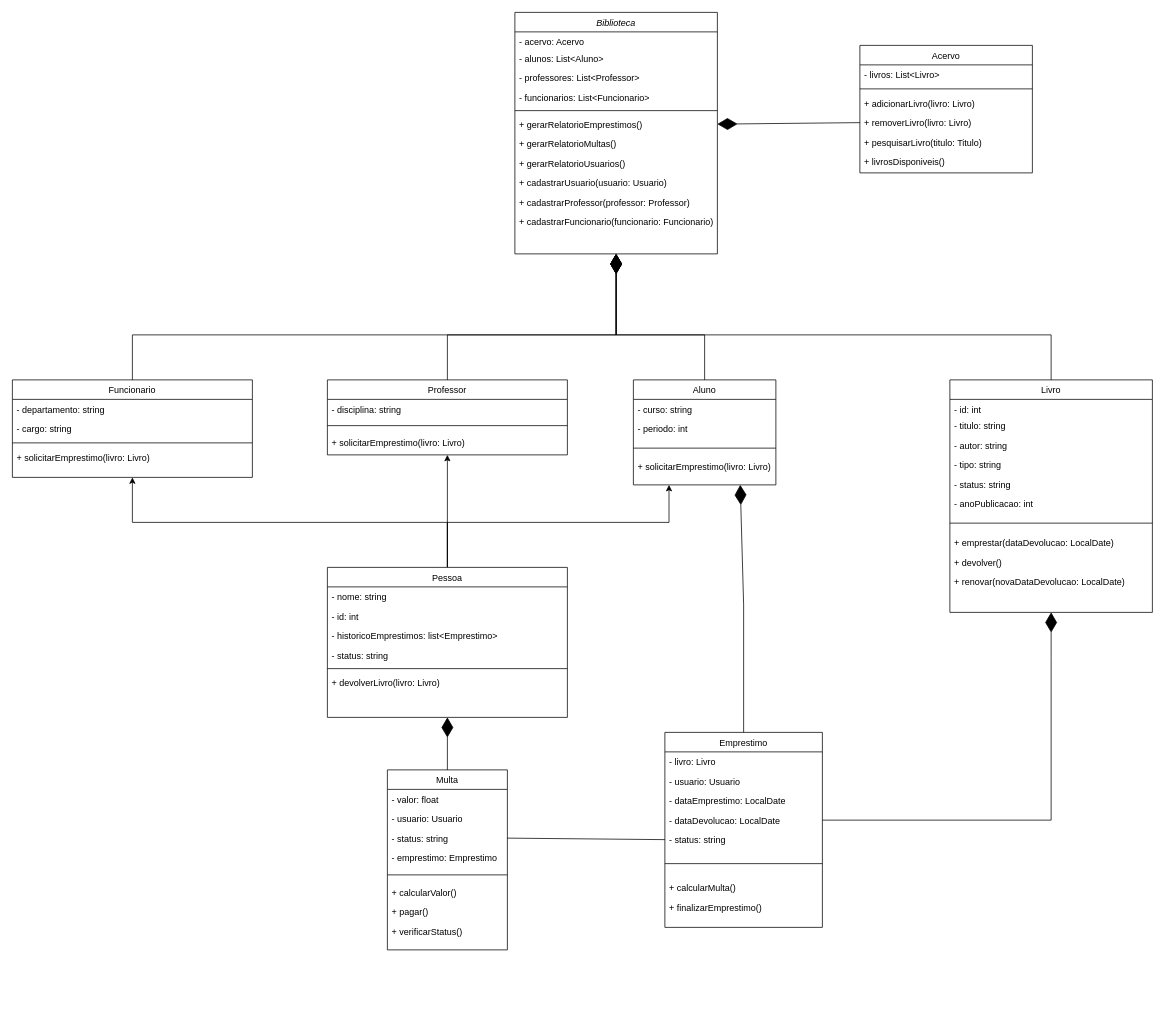
Earlier version of the draw.io diagram Diagrama sem nome.drawio (KauanHK/biblioteca). Source tidied: cells renumbered, new cells numbered last; positions are measured from the earlier drawing's top-left corner, leaving out a move shared by most shapes. Both pictures are drawn from the tidied source at 75%, with x=0, y=0 at pixel (12, 12).
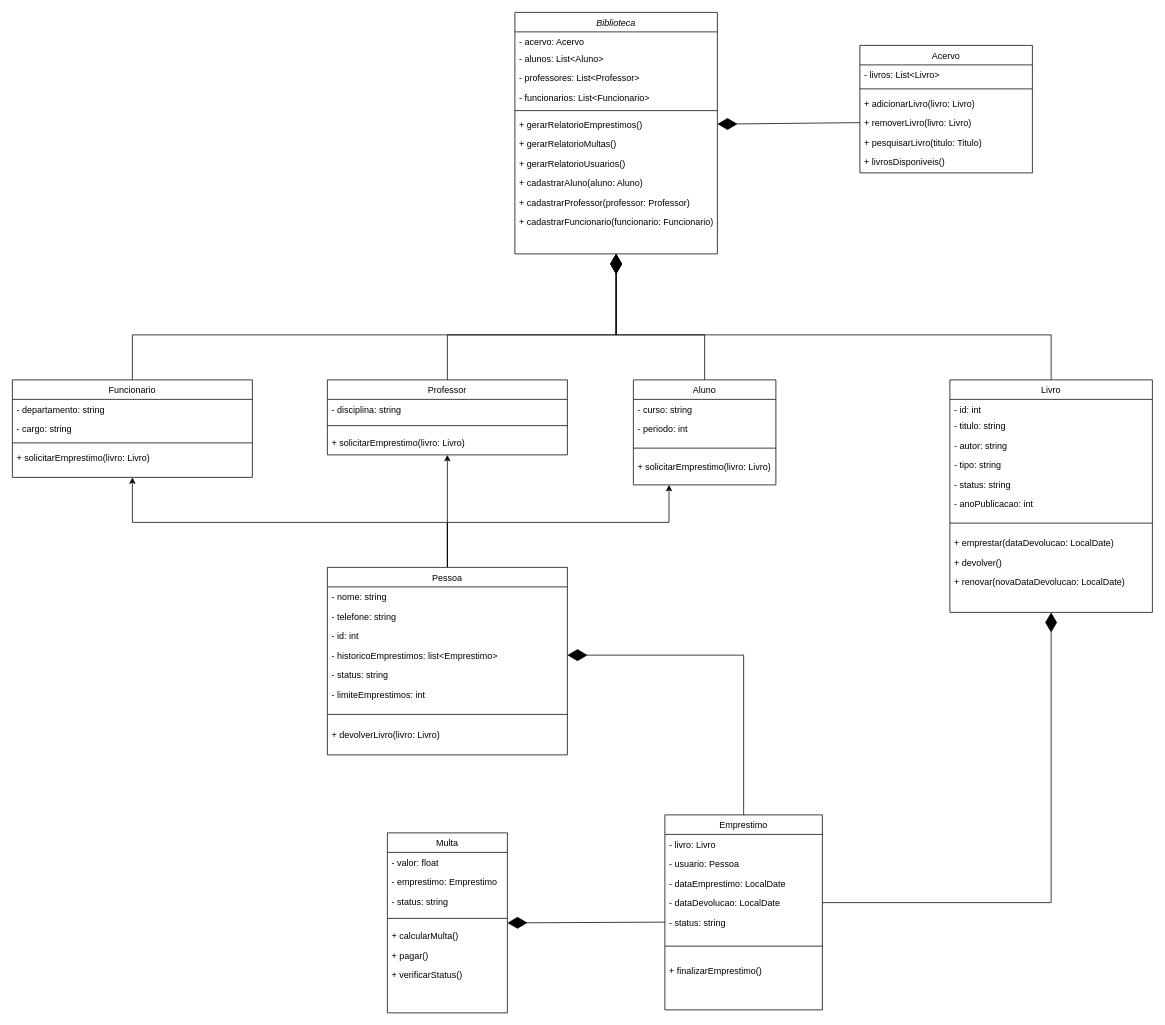
After the change.

The change refers to these unchanged cells:
```xml
<mxCell id="2" value="Aluno" style="swimlane;fontStyle=0;align=center;verticalAlign=top;horizontal=1;startSize=26;rounded=0;shadow=0;strokeWidth=1;" parent="1" vertex="1">
  <mxGeometry x="828" y="490" width="190" height="140" as="geometry" />
</mxCell>
<mxCell id="7" value="Livro" style="swimlane;fontStyle=0;align=center;verticalAlign=top;horizontal=1;startSize=26;rounded=0;shadow=0;strokeWidth=1;" parent="1" vertex="1">
  <mxGeometry x="1250" y="490" width="270" height="310" as="geometry" />
</mxCell>
<mxCell id="22" value="- dataDevolucao: LocalDate" style="text;align=left;verticalAlign=top;spacingLeft=4;spacingRight=4;overflow=hidden;points=[[0,0.5],[1,0.5]];portConstraint=eastwest;" parent="18" vertex="1">
  <mxGeometry y="104" width="210" height="26" as="geometry" />
</mxCell>
<mxCell id="23" value="- status: string" style="text;align=left;verticalAlign=top;spacingLeft=4;spacingRight=4;overflow=hidden;points=[[0,0.5],[1,0.5]];portConstraint=eastwest;" parent="18" vertex="1">
  <mxGeometry y="130" width="210" height="26" as="geometry" />
</mxCell>
<mxCell id="30" value="- status: string" style="text;align=left;verticalAlign=top;spacingLeft=4;spacingRight=4;overflow=hidden;points=[[0,0.5],[1,0.5]];portConstraint=eastwest;" parent="27" vertex="1">
  <mxGeometry y="78" width="160" height="26" as="geometry" />
</mxCell>
<mxCell id="39" value="Biblioteca" style="swimlane;fontStyle=2;align=center;verticalAlign=top;horizontal=1;startSize=26;rounded=0;shadow=0;strokeWidth=1;" parent="1" vertex="1">
  <mxGeometry x="670" width="270" height="322" as="geometry" />
</mxCell>
```

What changed in the source:
```diff
@@
     <mxCell id="18" value="Emprestimo" style="swimlane;fontStyle=0;align=center;verticalAlign=top;horizontal=1;startSize=26;rounded=0;shadow=0;strokeWidth=1;" parent="1" vertex="1">
-      <mxGeometry x="870" y="960" width="210" height="260" as="geometry" />
+      <mxGeometry x="870" y="1070" width="210" height="260" as="geometry" />
     </mxCell>
@@
-    <mxCell id="20" value="- usuario: Usuario" style="text;align=left;verticalAlign=top;spacingLeft=4;spacingRight=4;overflow=hidden;" parent="18" vertex="1">
+    <mxCell id="20" value="- usuario: Pessoa" style="text;align=left;verticalAlign=top;spacingLeft=4;spacingRight=4;overflow=hidden;" parent="18" vertex="1">
       <mxGeometry y="52" width="210" height="26" as="geometry" />
     </mxCell>
@@
-    <mxCell id="25" value="+ calcularMulta()" style="text;align=left;verticalAlign=top;spacingLeft=4;spacingRight=4;overflow=hidden;" parent="18" vertex="1">
-      <mxGeometry y="194" width="210" height="26" as="geometry" />
-    </mxCell>
     <mxCell id="26" value="+ finalizarEmprestimo()" style="text;align=left;verticalAlign=top;spacingLeft=4;spacingRight=4;overflow=hidden;" parent="18" vertex="1">
-      <mxGeometry y="220" width="210" height="26" as="geometry" />
+      <mxGeometry y="194" width="210" height="26" as="geometry" />
     </mxCell>
     <mxCell id="27" value="Multa" style="swimlane;fontStyle=0;align=center;verticalAlign=top;horizontal=1;startSize=26;rounded=0;shadow=0;strokeWidth=1;" parent="1" vertex="1">
-      <mxGeometry x="500" y="1010" width="160" height="240" as="geometry" />
+      <mxGeometry x="500" y="1094" width="160" height="240" as="geometry" />
     </mxCell>
@@
-    <mxCell id="29" value="- usuario: Usuario" style="text;align=left;verticalAlign=top;spacingLeft=4;spacingRight=4;overflow=hidden;" parent="27" vertex="1">
-      <mxGeometry y="52" width="160" height="26" as="geometry" />
-    </mxCell>
+    <mxCell id="31" value="- emprestimo: Emprestimo" style="text;align=left;verticalAlign=top;spacingLeft=4;spacingRight=4;overflow=hidden;" parent="27" vertex="1">
+      <mxGeometry y="52" width="160" height="26" as="geometry" />
+    </mxCell>
@@
-    <mxCell id="31" value="- emprestimo: Emprestimo" style="text;align=left;verticalAlign=top;spacingLeft=4;spacingRight=4;overflow=hidden;" parent="27" vertex="1">
-      <mxGeometry y="104" width="160" height="26" as="geometry" />
-    </mxCell>
     <mxCell id="32" style="line;html=1;strokeWidth=1;align=left;verticalAlign=middle;spacingTop=-1;spacingLeft=3;spacingRight=3;labelPosition=right;" parent="27" vertex="1">
-      <mxGeometry y="130" width="160" height="20" as="geometry" />
+      <mxGeometry y="104" width="160" height="20" as="geometry" />
     </mxCell>
-    <mxCell id="33" value="+ calcularValor()" style="text;align=left;verticalAlign=top;spacingLeft=4;spacingRight=4;overflow=hidden;" parent="27" vertex="1">
-      <mxGeometry y="150" width="160" height="26" as="geometry" />
-    </mxCell>
+    <mxCell id="25" value="+ calcularMulta()" style="text;align=left;verticalAlign=top;spacingLeft=4;spacingRight=4;overflow=hidden;" parent="27" vertex="1">
+      <mxGeometry y="124" width="160" height="26" as="geometry" />
+    </mxCell>
     <mxCell id="34" value="+ pagar()" style="text;align=left;verticalAlign=top;spacingLeft=4;spacingRight=4;overflow=hidden;" parent="27" vertex="1">
-      <mxGeometry y="176" width="160" height="26" as="geometry" />
+      <mxGeometry y="150" width="160" height="26" as="geometry" />
     </mxCell>
     <mxCell id="35" value="+ verificarStatus()" style="text;align=left;verticalAlign=top;spacingLeft=4;spacingRight=4;overflow=hidden;" parent="27" vertex="1">
-      <mxGeometry y="202" width="160" height="26" as="geometry" />
+      <mxGeometry y="176" width="160" height="26" as="geometry" />
     </mxCell>
-    <mxCell id="36" style="endArrow=diamondThin;endFill=1;endSize=24;html=1;rounded=0;exitX=0.5;exitY=0;exitDx=0;exitDy=0;entryX=0.5;entryY=1;entryDx=0;entryDy=0;" parent="1" edge="1" source="27" target="65">
-      <mxGeometry relative="1" as="geometry" />
-    </mxCell>
     <mxCell id="37" style="endArrow=diamondThin;endFill=1;endSize=24;html=1;rounded=0;entryX=0.5;entryY=1;entryDx=0;entryDy=0;exitX=1;exitY=0.5;exitDx=0;exitDy=0;" parent="1" edge="1" source="22" target="7">
       <mxGeometry relative="1" as="geometry">
         <Array as="points">
-          <mxPoint x="1385" y="1077" />
+          <mxPoint x="1385" y="1187" />
           <mxPoint x="1385" y="860" />
         </Array>
       </mxGeometry>
     </mxCell>
-    <mxCell id="38" style="endArrow=none;html=1;rounded=0;exitX=1;exitY=0.5;exitDx=0;exitDy=0;entryX=0;entryY=0.5;entryDx=0;entryDy=0;" parent="1" edge="1" source="30" target="23">
-      <mxGeometry relative="1" as="geometry" />
-    </mxCell>
@@
-    <mxCell id="48" value="+ cadastrarUsuario(usuario: Usuario)" style="text;align=left;verticalAlign=top;spacingLeft=4;spacingRight=4;overflow=hidden;" parent="39" vertex="1">
+    <mxCell id="48" value="+ cadastrarAluno(aluno: Aluno)" style="text;align=left;verticalAlign=top;spacingLeft=4;spacingRight=4;overflow=hidden;" parent="39" vertex="1">
       <mxGeometry y="214" width="270" height="26" as="geometry" />
     </mxCell>
@@
     <mxCell id="65" value="Pessoa" style="swimlane;fontStyle=0;align=center;verticalAlign=top;horizontal=1;startSize=26;rounded=0;shadow=0;strokeWidth=1;" parent="1" vertex="1">
-      <mxGeometry x="420" y="740" width="320" height="200" as="geometry" />
+      <mxGeometry x="420" y="740" width="320" height="250" as="geometry" />
     </mxCell>
@@
+    <mxCell id="83" value="- telefone: string" style="text;align=left;verticalAlign=top;spacingLeft=4;spacingRight=4;overflow=hidden;" parent="65" vertex="1">
+      <mxGeometry y="52" width="320" height="26" as="geometry" />
+    </mxCell>
     <mxCell id="67" value="- id: int" style="text;align=left;verticalAlign=top;spacingLeft=4;spacingRight=4;overflow=hidden;" parent="65" vertex="1">
-      <mxGeometry y="52" width="320" height="26" as="geometry" />
+      <mxGeometry y="78" width="320" height="26" as="geometry" />
     </mxCell>
     <mxCell id="68" value="- historicoEmprestimos: list&lt;Emprestimo&gt;" style="text;align=left;verticalAlign=top;spacingLeft=4;spacingRight=4;overflow=hidden;points=[[0,0.5],[1,0.5]];portConstraint=eastwest;" parent="65" vertex="1">
-      <mxGeometry y="78" width="320" height="26" as="geometry" />
+      <mxGeometry y="104" width="320" height="26" as="geometry" />
     </mxCell>
     <mxCell id="69" value="- status: string" style="text;align=left;verticalAlign=top;spacingLeft=4;spacingRight=4;overflow=hidden;" parent="65" vertex="1">
-      <mxGeometry y="104" width="320" height="26" as="geometry" />
+      <mxGeometry y="130" width="320" height="26" as="geometry" />
     </mxCell>
+    <mxCell id="84" value="- limiteEmprestimos: int" style="text;align=left;verticalAlign=top;spacingLeft=4;spacingRight=4;overflow=hidden;" parent="65" vertex="1">
+      <mxGeometry y="156" width="320" height="26" as="geometry" />
+    </mxCell>
     <mxCell id="70" style="line;html=1;strokeWidth=1;align=left;verticalAlign=middle;spacingTop=-1;spacingLeft=3;spacingRight=3;labelPosition=right;" parent="65" vertex="1">
-      <mxGeometry y="130" width="320" height="10" as="geometry" />
+      <mxGeometry y="182" width="320" height="28" as="geometry" />
     </mxCell>
     <mxCell id="71" value="+ devolverLivro(livro: Livro)" style="text;align=left;verticalAlign=top;spacingLeft=4;spacingRight=4;overflow=hidden;" parent="65" vertex="1">
-      <mxGeometry y="140" width="320" height="26" as="geometry" />
+      <mxGeometry y="210" width="320" height="26" as="geometry" />
     </mxCell>
@@
-    <mxCell id="74" style="endArrow=diamondThin;endFill=1;endSize=24;html=1;rounded=0;exitX=0.5;exitY=0;exitDx=0;exitDy=0;entryX=0.75;entryY=1;entryDx=0;entryDy=0;" parent="1" edge="1" source="18" target="2">
+    <mxCell id="74" style="endArrow=diamondThin;endFill=1;endSize=24;html=1;rounded=0;exitX=0.5;exitY=0;exitDx=0;exitDy=0;entryX=1;entryY=0.5;entryDx=0;entryDy=0;" parent="1" edge="1" source="18" target="68">
       <mxGeometry relative="1" as="geometry">
         <Array as="points">
-          <mxPoint x="975" y="790" />
+          <mxPoint x="975" y="857" />
         </Array>
       </mxGeometry>
     </mxCell>
@@
+    <mxCell id="85" style="endArrow=diamondThin;endFill=1;endSize=24;html=1;rounded=0;exitX=0;exitY=0.5;exitDx=0;exitDy=0;entryX=1;entryY=0.5;entryDx=0;entryDy=0;" parent="1" edge="1" source="23" target="27">
+      <mxGeometry relative="1" as="geometry" />
+    </mxCell>
```
